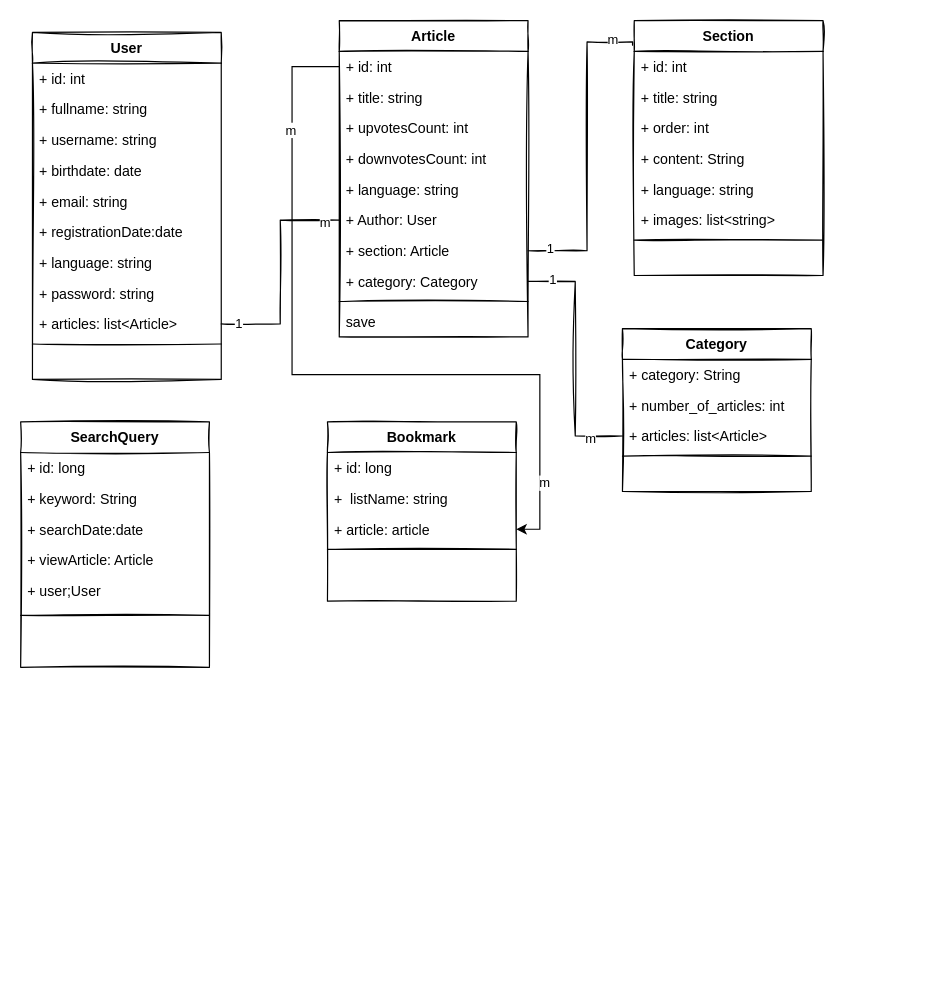
Above: page "Class Digram" (3 of 3) of Untitled Diagram.drawio in mosup16/wikiwiki-swe-project-digrams (draw.io), before the change. Source tidied: cells renumbered, new cells numbered last; positions are measured from the earlier drawing's top-left corner, leaving out a move shared by most shapes. Both pictures are drawn from the tidied source at 118%, with x=0, y=0 at pixel (20, 20).
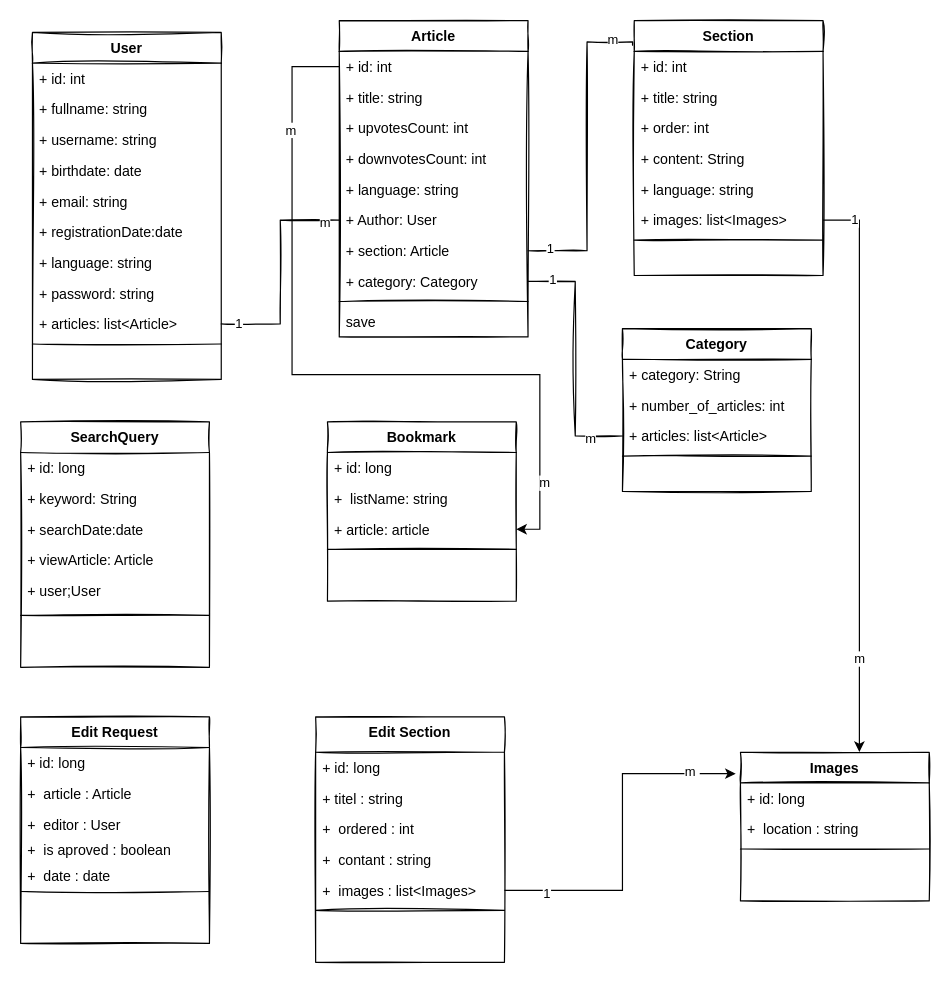
The same page after the edit.

The change refers to these unchanged cells:
```xml
<mxCell id="28" value="Section" style="swimlane;fontStyle=1;align=center;verticalAlign=top;horizontal=1;startSize=26;sketch=1;" parent="1" vertex="1">
  <mxGeometry x="520" width="160" height="216" as="geometry" />
</mxCell>
```

Change to the diagram source:
```diff
@@
-    <mxCell id="34" value="+ images: list&lt;string&gt;" style="text;strokeColor=none;fillColor=none;align=left;verticalAlign=top;spacingLeft=4;spacingRight=4;overflow=hidden;points=[[0,0.5],[1,0.5]];portConstraint=eastwest;sketch=1;" parent="28" vertex="1">
+    <mxCell id="34" value="+ images: list&lt;Images&gt;" style="text;strokeColor=none;fillColor=none;align=left;verticalAlign=top;spacingLeft=4;spacingRight=4;overflow=hidden;points=[[0,0.5],[1,0.5]];portConstraint=eastwest;sketch=1;" parent="28" vertex="1">
       <mxGeometry y="156" width="160" height="26" as="geometry" />
     </mxCell>
@@
+    <mxCell id="66" value="Edit Request" style="swimlane;fontStyle=1;align=center;verticalAlign=top;horizontal=1;startSize=26;sketch=1;" parent="1" vertex="1">
+      <mxGeometry y="590" width="160" height="192" as="geometry" />
+    </mxCell>
+    <mxCell id="67" value="+ id: long" style="text;strokeColor=none;fillColor=none;align=left;verticalAlign=top;spacingLeft=4;spacingRight=4;overflow=hidden;sketch=1;" parent="66" vertex="1">
+      <mxGeometry y="26" width="160" height="26" as="geometry" />
+    </mxCell>
+    <mxCell id="68" value="+  article : Article" style="text;strokeColor=none;fillColor=none;align=left;verticalAlign=top;spacingLeft=4;spacingRight=4;overflow=hidden;sketch=1;" parent="66" vertex="1">
+      <mxGeometry y="52" width="160" height="26" as="geometry" />
+    </mxCell>
+    <mxCell id="69" value="+  editor : User" style="text;strokeColor=none;fillColor=none;align=left;verticalAlign=top;spacingLeft=4;spacingRight=4;overflow=hidden;sketch=1;" parent="66" vertex="1">
+      <mxGeometry y="78" width="160" height="22" as="geometry" />
+    </mxCell>
+    <mxCell id="70" value="+  is aproved : boolean " style="text;strokeColor=none;fillColor=none;align=left;verticalAlign=top;spacingLeft=4;spacingRight=4;overflow=hidden;sketch=1;" parent="66" vertex="1">
+      <mxGeometry y="100" width="160" height="22" as="geometry" />
+    </mxCell>
+    <mxCell id="71" value="+  date : date" style="text;strokeColor=none;fillColor=none;align=left;verticalAlign=top;spacingLeft=4;spacingRight=4;overflow=hidden;sketch=1;" parent="66" vertex="1">
+      <mxGeometry y="122" width="160" height="22" as="geometry" />
+    </mxCell>
+    <mxCell id="72" style="line;strokeWidth=1;fillColor=none;align=left;verticalAlign=middle;spacingTop=-1;spacingLeft=3;spacingRight=3;labelPosition=right;sketch=1;" parent="66" vertex="1">
+      <mxGeometry y="144" width="160" height="8" as="geometry" />
+    </mxCell>
+    <mxCell id="73" value="  " style="text;strokeColor=none;fillColor=none;align=left;verticalAlign=top;spacingLeft=4;spacingRight=4;overflow=hidden;sketch=1;" parent="66" vertex="1">
+      <mxGeometry y="152" width="160" height="40" as="geometry" />
+    </mxCell>
+    <mxCell id="74" value="Edit Section" style="swimlane;fontStyle=1;align=center;verticalAlign=top;horizontal=1;startSize=30;sketch=1;" parent="1" vertex="1">
+      <mxGeometry x="250" y="590" width="160" height="208" as="geometry" />
+    </mxCell>
+    <mxCell id="75" value="+ id: long" style="text;strokeColor=none;fillColor=none;align=left;verticalAlign=top;spacingLeft=4;spacingRight=4;overflow=hidden;sketch=1;" parent="74" vertex="1">
+      <mxGeometry y="30" width="160" height="26" as="geometry" />
+    </mxCell>
+    <mxCell id="76" value="+ titel : string" style="text;strokeColor=none;fillColor=none;align=left;verticalAlign=top;spacingLeft=4;spacingRight=4;overflow=hidden;sketch=1;" parent="74" vertex="1">
+      <mxGeometry y="56" width="160" height="26" as="geometry" />
+    </mxCell>
+    <mxCell id="77" value="+  ordered : int " style="text;strokeColor=none;fillColor=none;align=left;verticalAlign=top;spacingLeft=4;spacingRight=4;overflow=hidden;sketch=1;" parent="74" vertex="1">
+      <mxGeometry y="82" width="160" height="26" as="geometry" />
+    </mxCell>
+    <mxCell id="78" value="+  contant : string" style="text;strokeColor=none;fillColor=none;align=left;verticalAlign=top;spacingLeft=4;spacingRight=4;overflow=hidden;sketch=1;" parent="74" vertex="1">
+      <mxGeometry y="108" width="160" height="26" as="geometry" />
+    </mxCell>
+    <mxCell id="79" value="+  images : list&lt;Images&gt;" style="text;strokeColor=none;fillColor=none;align=left;verticalAlign=top;spacingLeft=4;spacingRight=4;overflow=hidden;points=[[0,0.5],[1,0.5]];portConstraint=eastwest;sketch=1;" parent="74" vertex="1">
+      <mxGeometry y="134" width="160" height="26" as="geometry" />
+    </mxCell>
+    <mxCell id="80" style="line;strokeWidth=1;fillColor=none;align=left;verticalAlign=middle;spacingTop=-1;spacingLeft=3;spacingRight=3;labelPosition=right;sketch=1;" parent="74" vertex="1">
+      <mxGeometry y="160" width="160" height="8" as="geometry" />
+    </mxCell>
+    <mxCell id="81" value="  " style="text;strokeColor=none;fillColor=none;align=left;verticalAlign=top;spacingLeft=4;spacingRight=4;overflow=hidden;sketch=1;" parent="74" vertex="1">
+      <mxGeometry y="168" width="160" height="40" as="geometry" />
+    </mxCell>
+    <mxCell id="82" value="Images" style="swimlane;fontStyle=1;align=center;verticalAlign=top;horizontal=1;startSize=26;sketch=1;" parent="1" vertex="1">
+      <mxGeometry x="610" y="620" width="160" height="126" as="geometry" />
+    </mxCell>
+    <mxCell id="83" value="+ id: long" style="text;strokeColor=none;fillColor=none;align=left;verticalAlign=top;spacingLeft=4;spacingRight=4;overflow=hidden;sketch=1;" parent="82" vertex="1">
+      <mxGeometry y="26" width="160" height="26" as="geometry" />
+    </mxCell>
+    <mxCell id="84" value="+  location : string" style="text;strokeColor=none;fillColor=none;align=left;verticalAlign=top;spacingLeft=4;spacingRight=4;overflow=hidden;sketch=1;" parent="82" vertex="1">
+      <mxGeometry y="52" width="160" height="26" as="geometry" />
+    </mxCell>
+    <mxCell id="85" style="line;strokeWidth=1;fillColor=none;align=left;verticalAlign=middle;spacingTop=-1;spacingLeft=3;spacingRight=3;labelPosition=right;sketch=1;" parent="82" vertex="1">
+      <mxGeometry y="78" width="160" height="8" as="geometry" />
+    </mxCell>
+    <mxCell id="86" value="  " style="text;strokeColor=none;fillColor=none;align=left;verticalAlign=top;spacingLeft=4;spacingRight=4;overflow=hidden;sketch=1;" parent="82" vertex="1">
+      <mxGeometry y="86" width="160" height="40" as="geometry" />
+    </mxCell>
+    <mxCell id="87" style="edgeStyle=orthogonalEdgeStyle;rounded=0;jettySize=auto;html=1;exitX=1;exitY=0.5;exitDx=0;exitDy=0;entryX=-0.025;entryY=0.144;entryDx=0;entryDy=0;entryPerimeter=0;" parent="1" edge="1" source="79" target="82">
+      <mxGeometry relative="1" as="geometry" />
+    </mxCell>
+    <mxCell id="88" value="1" style="edgeLabel;html=1;align=center;verticalAlign=middle;" parent="87" vertex="1">
+      <mxGeometry x="-0.76" y="-2" relative="1" as="geometry" />
+    </mxCell>
+    <mxCell id="89" value="m&amp;nbsp;" style="edgeLabel;html=1;align=center;verticalAlign=middle;" parent="87" vertex="1">
+      <mxGeometry x="0.74" y="2" relative="1" as="geometry" />
+    </mxCell>
+    <mxCell id="90" style="edgeStyle=orthogonalEdgeStyle;rounded=0;jettySize=auto;html=1;entryX=0.63;entryY=-0.002;entryDx=0;entryDy=0;entryPerimeter=0;" parent="1" edge="1" source="34" target="82">
+      <mxGeometry relative="1" as="geometry" />
+    </mxCell>
+    <mxCell id="91" value="1" style="edgeLabel;html=1;align=center;verticalAlign=middle;" parent="90" vertex="1">
+      <mxGeometry x="-0.89" y="1" relative="1" as="geometry" />
+    </mxCell>
+    <mxCell id="92" value="m" style="edgeLabel;html=1;align=center;verticalAlign=middle;" parent="90" vertex="1">
+      <mxGeometry x="0.67" relative="1" as="geometry" />
+    </mxCell>
```
